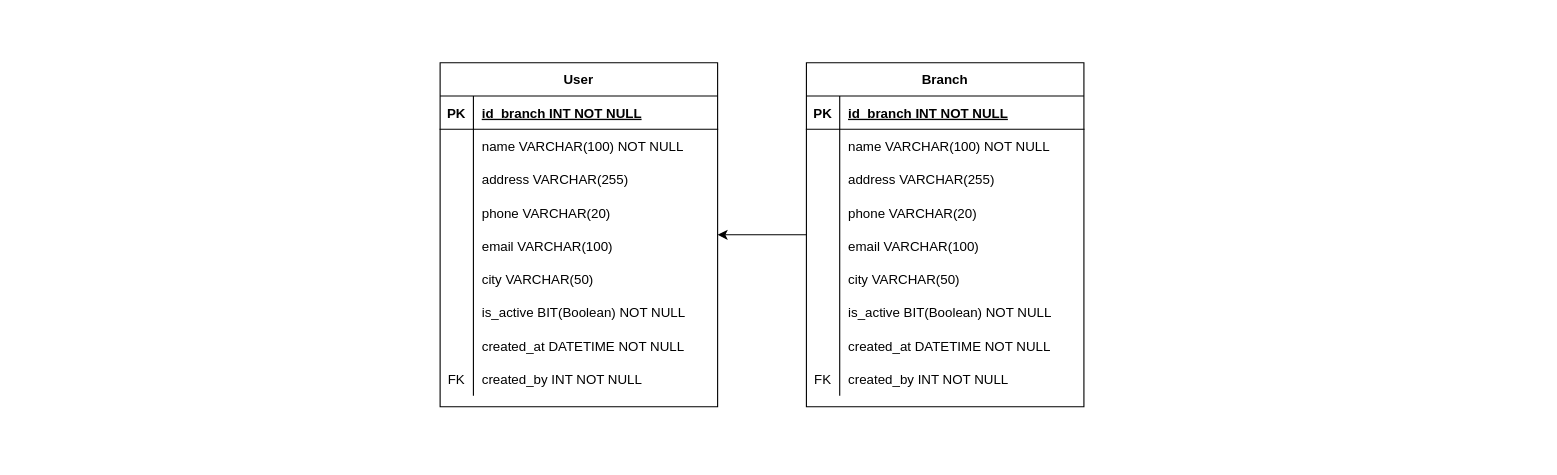
Before: Requerimientos/zeromerma_db.drawio in CastellanosBS/ZeroMerma, a draw.io diagram. Source tidied: cells renumbered, new cells numbered last; positions are measured from the earlier drawing's top-left corner, leaving out a move shared by most shapes. Both pictures are drawn from the tidied source at 111%, with x=0, y=0 at pixel (440, 62).
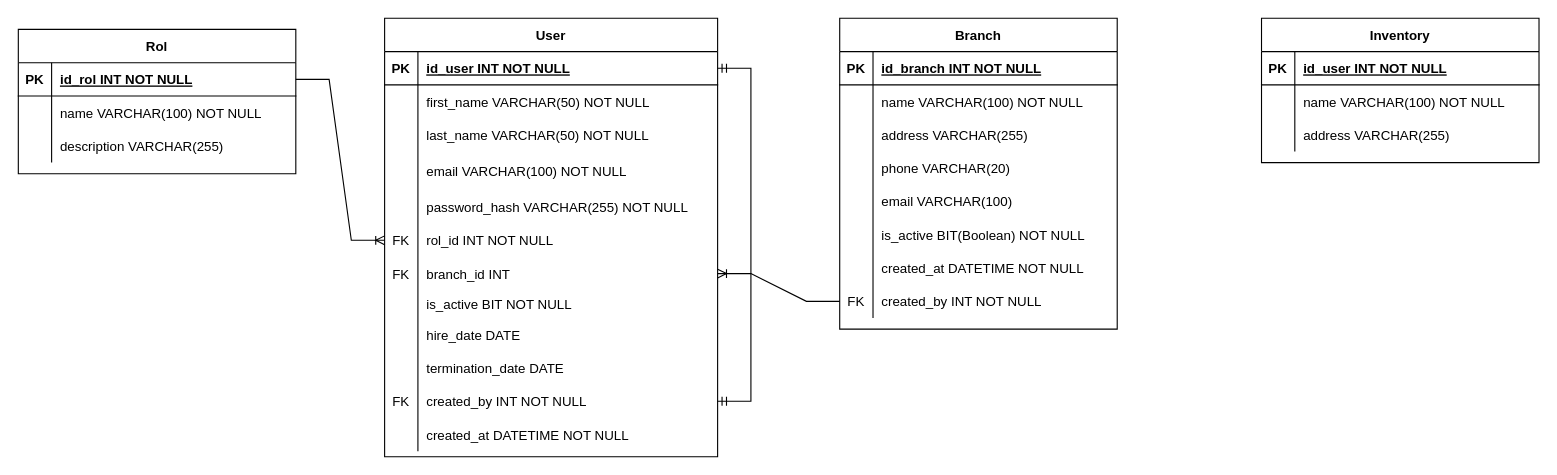
The same page after the edit.

Diff of the diagram source:
```diff
@@
-    <mxCell id="2" style="edgeStyle=orthogonalEdgeStyle;rounded=0;jettySize=auto;html=1;" parent="1" edge="1" source="3" target="31">
-      <mxGeometry relative="1" as="geometry" />
-    </mxCell>
     <mxCell id="3" value="Branch" style="shape=table;startSize=30;childLayout=tableLayout;rowLines=0;fontStyle=1;align=center;labelBackgroundColor=none;" parent="1" vertex="1">
-      <mxGeometry x="330" width="250" height="310" as="geometry" />
+      <mxGeometry x="360" y="-40" width="250" height="280" as="geometry" />
     </mxCell>
@@
-    <mxCell id="19" style="shape=partialRectangle;fillColor=none;top=0;left=0;right=0;bottom=0;" parent="3" vertex="1">
-      <mxGeometry y="180" width="250" height="30" as="geometry" />
-    </mxCell>
-    <mxCell id="20" style="shape=partialRectangle;overflow=hidden;fillColor=none;top=0;left=0;bottom=0;right=0;" parent="19" vertex="1">
-      <mxGeometry width="30" height="30" as="geometry" />
-    </mxCell>
-    <mxCell id="21" value="city VARCHAR(50)" style="shape=partialRectangle;overflow=hidden;fillColor=none;top=0;left=0;bottom=0;right=0;align=left;spacingLeft=6;" parent="19" vertex="1">
-      <mxGeometry x="30" width="220" height="30" as="geometry" />
-    </mxCell>
     <mxCell id="22" style="shape=partialRectangle;fillColor=none;top=0;left=0;right=0;bottom=0;" parent="3" vertex="1">
-      <mxGeometry y="210" width="250" height="30" as="geometry" />
+      <mxGeometry y="180" width="250" height="30" as="geometry" />
     </mxCell>
@@
     <mxCell id="25" style="shape=partialRectangle;fillColor=none;top=0;left=0;right=0;bottom=0;" parent="3" vertex="1">
-      <mxGeometry y="240" width="250" height="30" as="geometry" />
+      <mxGeometry y="210" width="250" height="30" as="geometry" />
     </mxCell>
@@
     <mxCell id="28" style="shape=partialRectangle;fillColor=none;points=[[0,0.5],[1,0.5]];portConstraint=eastwest;top=0;left=0;right=0;bottom=0;" parent="3" vertex="1">
-      <mxGeometry y="270" width="250" height="30" as="geometry" />
+      <mxGeometry y="240" width="250" height="30" as="geometry" />
     </mxCell>
@@
     <mxCell id="31" value="User" style="shape=table;startSize=30;childLayout=tableLayout;rowLines=0;fontStyle=1;align=center;labelBackgroundColor=none;" parent="1" vertex="1">
-      <mxGeometry width="250" height="310" as="geometry" />
+      <mxGeometry x="-50" y="-40" width="300" height="395" as="geometry" />
     </mxCell>
     <mxCell id="32" style="shape=partialRectangle;fillColor=none;points=[[0,0.5],[1,0.5]];portConstraint=eastwest;top=0;left=0;right=0;bottom=1;" parent="31" vertex="1">
-      <mxGeometry y="30" width="250" height="30" as="geometry" />
+      <mxGeometry y="30" width="300" height="30" as="geometry" />
     </mxCell>
@@
-    <mxCell id="34" value="id_branch INT NOT NULL" style="shape=partialRectangle;overflow=hidden;fillColor=none;top=0;left=0;bottom=0;right=0;align=left;spacingLeft=6;fontStyle=5;" parent="32" vertex="1">
-      <mxGeometry x="30" width="220" height="30" as="geometry" />
+    <mxCell id="34" value="id_user INT NOT NULL" style="shape=partialRectangle;overflow=hidden;fillColor=none;top=0;left=0;bottom=0;right=0;align=left;spacingLeft=6;fontStyle=5;" parent="32" vertex="1">
+      <mxGeometry x="30" width="270" height="30" as="geometry" />
     </mxCell>
     <mxCell id="35" style="shape=partialRectangle;fillColor=none;top=0;left=0;right=0;bottom=0;" parent="31" vertex="1">
-      <mxGeometry y="60" width="250" height="30" as="geometry" />
+      <mxGeometry y="60" width="300" height="30" as="geometry" />
     </mxCell>
@@
-    <mxCell id="37" value="name VARCHAR(100) NOT NULL" style="shape=partialRectangle;overflow=hidden;fillColor=none;top=0;left=0;bottom=0;right=0;align=left;spacingLeft=6;" parent="35" vertex="1">
-      <mxGeometry x="30" width="220" height="30" as="geometry" />
+    <mxCell id="37" value="first_name VARCHAR(50) NOT NULL" style="shape=partialRectangle;overflow=hidden;fillColor=none;top=0;left=0;bottom=0;right=0;align=left;spacingLeft=6;" parent="35" vertex="1">
+      <mxGeometry x="30" width="270" height="30" as="geometry" />
     </mxCell>
     <mxCell id="38" style="shape=partialRectangle;fillColor=none;top=0;left=0;right=0;bottom=0;" parent="31" vertex="1">
-      <mxGeometry y="90" width="250" height="30" as="geometry" />
+      <mxGeometry y="90" width="300" height="30" as="geometry" />
     </mxCell>
@@
-    <mxCell id="40" value="address VARCHAR(255)" style="shape=partialRectangle;overflow=hidden;fillColor=none;top=0;left=0;bottom=0;right=0;align=left;spacingLeft=6;" parent="38" vertex="1">
-      <mxGeometry x="30" width="220" height="30" as="geometry" />
+    <mxCell id="40" value="last_name VARCHAR(50) NOT NULL" style="shape=partialRectangle;overflow=hidden;fillColor=none;top=0;left=0;bottom=0;right=0;align=left;spacingLeft=6;" parent="38" vertex="1">
+      <mxGeometry x="30" width="270" height="30" as="geometry" />
     </mxCell>
-    <mxCell id="41" style="shape=partialRectangle;fillColor=none;top=0;left=0;right=0;bottom=0;" parent="31" vertex="1">
-      <mxGeometry y="120" width="250" height="30" as="geometry" />
-    </mxCell>
-    <mxCell id="42" style="shape=partialRectangle;overflow=hidden;fillColor=none;top=0;left=0;bottom=0;right=0;" parent="41" vertex="1">
-      <mxGeometry width="30" height="30" as="geometry" />
-    </mxCell>
-    <mxCell id="43" value="phone VARCHAR(20)" style="shape=partialRectangle;overflow=hidden;fillColor=none;top=0;left=0;bottom=0;right=0;align=left;spacingLeft=6;" parent="41" vertex="1">
-      <mxGeometry x="30" width="220" height="30" as="geometry" />
-    </mxCell>
-    <mxCell id="44" style="shape=partialRectangle;fillColor=none;top=0;left=0;right=0;bottom=0;" parent="31" vertex="1">
-      <mxGeometry y="150" width="250" height="30" as="geometry" />
-    </mxCell>
-    <mxCell id="45" style="shape=partialRectangle;overflow=hidden;fillColor=none;top=0;left=0;bottom=0;right=0;" parent="44" vertex="1">
-      <mxGeometry width="30" height="30" as="geometry" />
-    </mxCell>
-    <mxCell id="46" value="email VARCHAR(100)" style="shape=partialRectangle;overflow=hidden;fillColor=none;top=0;left=0;bottom=0;right=0;align=left;spacingLeft=6;" parent="44" vertex="1">
-      <mxGeometry x="30" width="220" height="30" as="geometry" />
-    </mxCell>
-    <mxCell id="47" style="shape=partialRectangle;fillColor=none;top=0;left=0;right=0;bottom=0;" parent="31" vertex="1">
-      <mxGeometry y="180" width="250" height="30" as="geometry" />
-    </mxCell>
-    <mxCell id="48" style="shape=partialRectangle;overflow=hidden;fillColor=none;top=0;left=0;bottom=0;right=0;" parent="47" vertex="1">
-      <mxGeometry width="30" height="30" as="geometry" />
-    </mxCell>
-    <mxCell id="49" value="city VARCHAR(50)" style="shape=partialRectangle;overflow=hidden;fillColor=none;top=0;left=0;bottom=0;right=0;align=left;spacingLeft=6;" parent="47" vertex="1">
-      <mxGeometry x="30" width="220" height="30" as="geometry" />
-    </mxCell>
-    <mxCell id="50" style="shape=partialRectangle;fillColor=none;top=0;left=0;right=0;bottom=0;" parent="31" vertex="1">
-      <mxGeometry y="210" width="250" height="30" as="geometry" />
-    </mxCell>
-    <mxCell id="51" style="shape=partialRectangle;overflow=hidden;fillColor=none;top=0;left=0;bottom=0;right=0;" parent="50" vertex="1">
-      <mxGeometry width="30" height="30" as="geometry" />
-    </mxCell>
-    <mxCell id="52" value="is_active BIT(Boolean) NOT NULL" style="shape=partialRectangle;overflow=hidden;fillColor=none;top=0;left=0;bottom=0;right=0;align=left;spacingLeft=6;" parent="50" vertex="1">
-      <mxGeometry x="30" width="220" height="30" as="geometry" />
-    </mxCell>
-    <mxCell id="53" style="shape=partialRectangle;fillColor=none;top=0;left=0;right=0;bottom=0;" parent="31" vertex="1">
-      <mxGeometry y="240" width="250" height="30" as="geometry" />
-    </mxCell>
-    <mxCell id="54" style="shape=partialRectangle;overflow=hidden;fillColor=none;top=0;left=0;bottom=0;right=0;" parent="53" vertex="1">
-      <mxGeometry width="30" height="30" as="geometry" />
-    </mxCell>
+    <mxCell id="59" style="shape=partialRectangle;fillColor=none;top=0;left=0;right=0;bottom=0;" parent="31" vertex="1">
+      <mxGeometry y="120" width="300" height="35" as="geometry" />
+    </mxCell>
+    <mxCell id="60" style="shape=partialRectangle;overflow=hidden;fillColor=none;top=0;left=0;bottom=0;right=0;" parent="59" vertex="1">
+      <mxGeometry width="30" height="35" as="geometry" />
+    </mxCell>
+    <mxCell id="61" value="email VARCHAR(100) NOT NULL" style="shape=partialRectangle;overflow=hidden;fillColor=none;top=0;left=0;bottom=0;right=0;align=left;spacingLeft=6;" parent="59" vertex="1">
+      <mxGeometry x="30" width="270" height="35" as="geometry" />
+    </mxCell>
+    <mxCell id="62" style="shape=partialRectangle;fillColor=none;top=0;left=0;right=0;bottom=0;" parent="31" vertex="1">
+      <mxGeometry y="155" width="300" height="30" as="geometry" />
+    </mxCell>
+    <mxCell id="63" style="shape=partialRectangle;overflow=hidden;fillColor=none;top=0;left=0;bottom=0;right=0;" parent="62" vertex="1">
+      <mxGeometry width="30" height="30" as="geometry" />
+    </mxCell>
+    <mxCell id="64" value="password_hash VARCHAR(255) NOT NULL" style="shape=partialRectangle;overflow=hidden;fillColor=none;top=0;left=0;bottom=0;right=0;align=left;spacingLeft=6;" parent="62" vertex="1">
+      <mxGeometry x="30" width="270" height="30" as="geometry" />
+    </mxCell>
+    <mxCell id="65" style="shape=partialRectangle;fillColor=none;points=[[0,0.5],[1,0.5]];portConstraint=eastwest;top=0;left=0;right=0;bottom=0;" parent="31" vertex="1">
+      <mxGeometry y="185" width="300" height="30" as="geometry" />
+    </mxCell>
+    <mxCell id="66" value="FK" style="shape=partialRectangle;overflow=hidden;fillColor=none;top=0;left=0;bottom=0;right=0;" parent="65" vertex="1">
+      <mxGeometry width="30" height="30" as="geometry" />
+    </mxCell>
+    <mxCell id="67" value="rol_id INT NOT NULL   " style="shape=partialRectangle;overflow=hidden;fillColor=none;top=0;left=0;bottom=0;right=0;align=left;spacingLeft=6;" parent="65" vertex="1">
+      <mxGeometry x="30" width="270" height="30" as="geometry" />
+    </mxCell>
+    <mxCell id="68" style="shape=partialRectangle;fillColor=none;points=[[0,0.5],[1,0.5]];portConstraint=eastwest;top=0;left=0;right=0;bottom=0;" parent="31" vertex="1">
+      <mxGeometry y="215" width="300" height="30" as="geometry" />
+    </mxCell>
+    <mxCell id="69" value="FK" style="shape=partialRectangle;overflow=hidden;fillColor=none;top=0;left=0;bottom=0;right=0;" parent="68" vertex="1">
+      <mxGeometry width="30" height="30" as="geometry" />
+    </mxCell>
+    <mxCell id="70" value="branch_id INT " style="shape=partialRectangle;overflow=hidden;fillColor=none;top=0;left=0;bottom=0;right=0;align=left;spacingLeft=6;" parent="68" vertex="1">
+      <mxGeometry x="30" width="270" height="30" as="geometry" />
+    </mxCell>
+    <mxCell id="71" style="shape=partialRectangle;fillColor=none;top=0;left=0;right=0;bottom=0;" parent="31" vertex="1">
+      <mxGeometry y="245" width="300" height="25" as="geometry" />
+    </mxCell>
+    <mxCell id="72" style="shape=partialRectangle;overflow=hidden;fillColor=none;top=0;left=0;bottom=0;right=0;" parent="71" vertex="1">
+      <mxGeometry width="30" height="25" as="geometry" />
+    </mxCell>
+    <mxCell id="73" value="is_active BIT NOT NULL" style="shape=partialRectangle;overflow=hidden;fillColor=none;top=0;left=0;bottom=0;right=0;align=left;spacingLeft=6;" parent="71" vertex="1">
+      <mxGeometry x="30" width="270" height="25" as="geometry" />
+    </mxCell>
+    <mxCell id="74" style="shape=partialRectangle;fillColor=none;top=0;left=0;right=0;bottom=0;" parent="31" vertex="1">
+      <mxGeometry y="270" width="300" height="30" as="geometry" />
+    </mxCell>
+    <mxCell id="75" style="shape=partialRectangle;overflow=hidden;fillColor=none;top=0;left=0;bottom=0;right=0;" parent="74" vertex="1">
+      <mxGeometry width="30" height="30" as="geometry" />
+    </mxCell>
+    <mxCell id="76" value="hire_date DATE " style="shape=partialRectangle;overflow=hidden;fillColor=none;top=0;left=0;bottom=0;right=0;align=left;spacingLeft=6;" parent="74" vertex="1">
+      <mxGeometry x="30" width="270" height="30" as="geometry" />
+    </mxCell>
+    <mxCell id="77" style="shape=partialRectangle;fillColor=none;top=0;left=0;right=0;bottom=0;" parent="31" vertex="1">
+      <mxGeometry y="300" width="300" height="30" as="geometry" />
+    </mxCell>
+    <mxCell id="78" style="shape=partialRectangle;overflow=hidden;fillColor=none;top=0;left=0;bottom=0;right=0;" parent="77" vertex="1">
+      <mxGeometry width="30" height="30" as="geometry" />
+    </mxCell>
+    <mxCell id="79" value="termination_date DATE" style="shape=partialRectangle;overflow=hidden;fillColor=none;top=0;left=0;bottom=0;right=0;align=left;spacingLeft=6;" parent="77" vertex="1">
+      <mxGeometry x="30" width="270" height="30" as="geometry" />
+    </mxCell>
+    <mxCell id="80" style="shape=partialRectangle;fillColor=none;points=[[0,0.5],[1,0.5]];portConstraint=eastwest;top=0;left=0;right=0;bottom=0;" parent="31" vertex="1">
+      <mxGeometry y="330" width="300" height="30" as="geometry" />
+    </mxCell>
+    <mxCell id="81" value="FK" style="shape=partialRectangle;overflow=hidden;fillColor=none;top=0;left=0;bottom=0;right=0;" parent="80" vertex="1">
+      <mxGeometry width="30" height="30" as="geometry" />
+    </mxCell>
+    <mxCell id="58" value="created_by INT NOT NULL" style="shape=partialRectangle;overflow=hidden;fillColor=none;top=0;left=0;bottom=0;right=0;align=left;spacingLeft=6;" parent="80" vertex="1">
+      <mxGeometry x="30" width="270" height="30" as="geometry" />
+    </mxCell>
+    <mxCell id="82" style="shape=partialRectangle;fillColor=none;top=0;left=0;right=0;bottom=0;" parent="31" vertex="1">
+      <mxGeometry y="360" width="300" height="30" as="geometry" />
+    </mxCell>
+    <mxCell id="83" style="shape=partialRectangle;overflow=hidden;fillColor=none;top=0;left=0;bottom=0;right=0;" parent="82" vertex="1">
+      <mxGeometry width="30" height="30" as="geometry" />
+    </mxCell>
-    <mxCell id="55" value="created_at DATETIME NOT NULL" style="shape=partialRectangle;overflow=hidden;fillColor=none;top=0;left=0;bottom=0;right=0;align=left;spacingLeft=6;" parent="53" vertex="1">
-      <mxGeometry x="30" width="220" height="30" as="geometry" />
+    <mxCell id="55" value="created_at DATETIME NOT NULL" style="shape=partialRectangle;overflow=hidden;fillColor=none;top=0;left=0;bottom=0;right=0;align=left;spacingLeft=6;" parent="82" vertex="1">
+      <mxGeometry x="30" width="270" height="30" as="geometry" />
     </mxCell>
-    <mxCell id="56" style="shape=partialRectangle;fillColor=none;top=0;left=0;right=0;bottom=0;" parent="31" vertex="1">
-      <mxGeometry y="270" width="250" height="30" as="geometry" />
-    </mxCell>
-    <mxCell id="57" value="FK" style="shape=partialRectangle;overflow=hidden;fillColor=none;top=0;left=0;bottom=0;right=0;" parent="56" vertex="1">
-      <mxGeometry width="30" height="30" as="geometry" />
-    </mxCell>
-    <mxCell id="58" value="created_by INT NOT NULL" style="shape=partialRectangle;overflow=hidden;fillColor=none;top=0;left=0;bottom=0;right=0;align=left;spacingLeft=6;" parent="56" vertex="1">
-      <mxGeometry x="30" width="220" height="30" as="geometry" />
-    </mxCell>
+    <mxCell id="84" style="edgeStyle=entityRelationEdgeStyle;fontSize=12;html=1;endArrow=ERmandOne;startArrow=ERmandOne;rounded=0;exitX=1;exitY=0.5;exitDx=0;exitDy=0;" parent="31" edge="1" source="80" target="32">
+      <mxGeometry relative="1" as="geometry">
+        <Array as="points">
+          <mxPoint x="-90" y="270" />
+          <mxPoint x="-90" y="250" />
+          <mxPoint x="-140" y="330" />
+          <mxPoint x="-40" y="310" />
+          <mxPoint x="-220" y="300" />
+          <mxPoint x="-340" y="160" />
+          <mxPoint x="-160" y="280" />
+          <mxPoint x="-130" y="250" />
+          <mxPoint x="-150" y="280" />
+          <mxPoint x="-230" y="360" />
+          <mxPoint x="-240" y="230" />
+          <mxPoint x="-390" y="330" />
+          <mxPoint x="-90" y="200" />
+        </Array>
+      </mxGeometry>
+    </mxCell>
+    <mxCell id="85" style="edgeStyle=entityRelationEdgeStyle;fontSize=12;html=1;endArrow=ERoneToMany;rounded=0;entryX=1;entryY=0.5;entryDx=0;entryDy=0;exitX=0;exitY=0.5;exitDx=0;exitDy=0;" parent="1" edge="1" source="28" target="68">
+      <mxGeometry relative="1" as="geometry" />
+    </mxCell>
+    <mxCell id="86" value="Inventory " style="shape=table;startSize=30;childLayout=tableLayout;rowLines=0;fontStyle=1;align=center;labelBackgroundColor=none;" parent="1" vertex="1">
+      <mxGeometry x="740" y="-40" width="250" height="130" as="geometry" />
+    </mxCell>
+    <mxCell id="87" style="shape=partialRectangle;fillColor=none;top=0;left=0;right=0;bottom=1;" parent="86" vertex="1">
+      <mxGeometry y="30" width="250" height="30" as="geometry" />
+    </mxCell>
+    <mxCell id="88" value="PK" style="shape=partialRectangle;overflow=hidden;fillColor=none;top=0;left=0;bottom=0;right=0;fontStyle=1;" parent="87" vertex="1">
+      <mxGeometry width="30" height="30" as="geometry" />
+    </mxCell>
+    <mxCell id="89" value="id_user INT NOT NULL" style="shape=partialRectangle;overflow=hidden;fillColor=none;top=0;left=0;bottom=0;right=0;align=left;spacingLeft=6;fontStyle=5;" parent="87" vertex="1">
+      <mxGeometry x="30" width="220" height="30" as="geometry" />
+    </mxCell>
+    <mxCell id="90" style="shape=partialRectangle;fillColor=none;top=0;left=0;right=0;bottom=0;" parent="86" vertex="1">
+      <mxGeometry y="60" width="250" height="30" as="geometry" />
+    </mxCell>
+    <mxCell id="91" style="shape=partialRectangle;overflow=hidden;fillColor=none;top=0;left=0;bottom=0;right=0;" parent="90" vertex="1">
+      <mxGeometry width="30" height="30" as="geometry" />
+    </mxCell>
+    <mxCell id="92" value="name VARCHAR(100) NOT NULL" style="shape=partialRectangle;overflow=hidden;fillColor=none;top=0;left=0;bottom=0;right=0;align=left;spacingLeft=6;" parent="90" vertex="1">
+      <mxGeometry x="30" width="220" height="30" as="geometry" />
+    </mxCell>
+    <mxCell id="93" style="shape=partialRectangle;fillColor=none;top=0;left=0;right=0;bottom=0;" parent="86" vertex="1">
+      <mxGeometry y="90" width="250" height="30" as="geometry" />
+    </mxCell>
+    <mxCell id="94" style="shape=partialRectangle;overflow=hidden;fillColor=none;top=0;left=0;bottom=0;right=0;" parent="93" vertex="1">
+      <mxGeometry width="30" height="30" as="geometry" />
+    </mxCell>
+    <mxCell id="95" value="address VARCHAR(255)" style="shape=partialRectangle;overflow=hidden;fillColor=none;top=0;left=0;bottom=0;right=0;align=left;spacingLeft=6;" parent="93" vertex="1">
+      <mxGeometry x="30" width="220" height="30" as="geometry" />
+    </mxCell>
+    <mxCell id="96" value="Rol" style="shape=table;startSize=30;childLayout=tableLayout;rowLines=0;fontStyle=1;align=center;labelBackgroundColor=none;" parent="1" vertex="1">
+      <mxGeometry x="-380" y="-30" width="250" height="130" as="geometry" />
+    </mxCell>
+    <mxCell id="97" style="shape=partialRectangle;fillColor=none;points=[[0,0.5],[1,0.5]];portConstraint=eastwest;top=0;left=0;right=0;bottom=1;" parent="96" vertex="1">
+      <mxGeometry y="30" width="250" height="30" as="geometry" />
+    </mxCell>
+    <mxCell id="98" value="PK" style="shape=partialRectangle;overflow=hidden;fillColor=none;top=0;left=0;bottom=0;right=0;fontStyle=1;" parent="97" vertex="1">
+      <mxGeometry width="30" height="30" as="geometry" />
+    </mxCell>
+    <mxCell id="99" value="id_rol INT NOT NULL" style="shape=partialRectangle;overflow=hidden;fillColor=none;top=0;left=0;bottom=0;right=0;align=left;spacingLeft=6;fontStyle=5;" parent="97" vertex="1">
+      <mxGeometry x="30" width="220" height="30" as="geometry" />
+    </mxCell>
+    <mxCell id="100" style="shape=partialRectangle;fillColor=none;top=0;left=0;right=0;bottom=0;" parent="96" vertex="1">
+      <mxGeometry y="60" width="250" height="30" as="geometry" />
+    </mxCell>
+    <mxCell id="101" style="shape=partialRectangle;overflow=hidden;fillColor=none;top=0;left=0;bottom=0;right=0;" parent="100" vertex="1">
+      <mxGeometry width="30" height="30" as="geometry" />
+    </mxCell>
+    <mxCell id="102" value="name VARCHAR(100) NOT NULL" style="shape=partialRectangle;overflow=hidden;fillColor=none;top=0;left=0;bottom=0;right=0;align=left;spacingLeft=6;" parent="100" vertex="1">
+      <mxGeometry x="30" width="220" height="30" as="geometry" />
+    </mxCell>
+    <mxCell id="103" style="shape=partialRectangle;fillColor=none;top=0;left=0;right=0;bottom=0;" parent="96" vertex="1">
+      <mxGeometry y="90" width="250" height="30" as="geometry" />
+    </mxCell>
+    <mxCell id="104" style="shape=partialRectangle;overflow=hidden;fillColor=none;top=0;left=0;bottom=0;right=0;" parent="103" vertex="1">
+      <mxGeometry width="30" height="30" as="geometry" />
+    </mxCell>
+    <mxCell id="105" value="description VARCHAR(255)" style="shape=partialRectangle;overflow=hidden;fillColor=none;top=0;left=0;bottom=0;right=0;align=left;spacingLeft=6;" parent="103" vertex="1">
+      <mxGeometry x="30" width="220" height="30" as="geometry" />
+    </mxCell>
+    <mxCell id="106" style="edgeStyle=entityRelationEdgeStyle;fontSize=12;html=1;endArrow=ERoneToMany;rounded=0;entryX=0;entryY=0.5;entryDx=0;entryDy=0;" parent="1" edge="1" source="97" target="65">
+      <mxGeometry relative="1" as="geometry" />
+    </mxCell>
```
